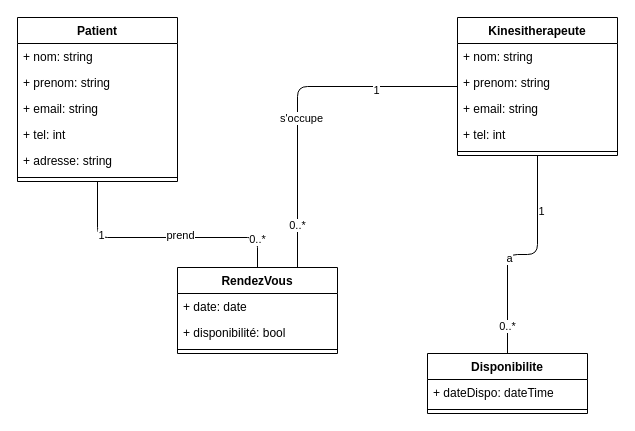
Earlier version of the draw.io diagram documentation/DC_KCV.drawio (yusrachan/KCV_Project). Source tidied: cells renumbered, new cells numbered last; positions are measured from the earlier drawing's top-left corner, leaving out a move shared by most shapes. Both pictures are drawn from the tidied source at 100%, with x=0, y=0 at pixel (17, 17).
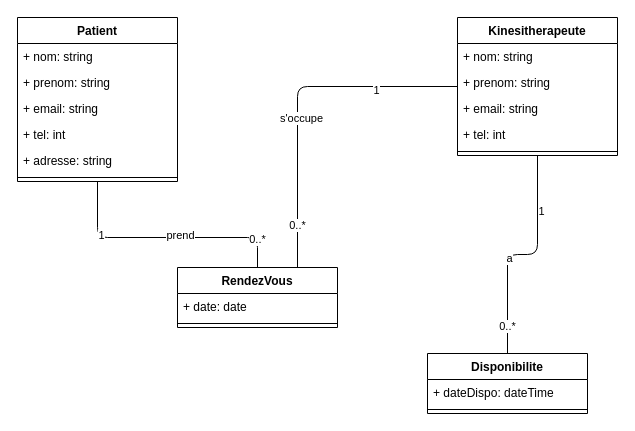
After the change.

Change to the diagram source:
```diff
@@
     <mxCell id="15" value="RendezVous" style="swimlane;fontStyle=1;align=center;verticalAlign=top;horizontal=1;startSize=26;" parent="1" vertex="1">
-      <mxGeometry x="160" y="250" width="160" height="86" as="geometry" />
+      <mxGeometry x="160" y="250" width="160" height="60" as="geometry" />
     </mxCell>
@@
-    <mxCell id="17" value="+ disponibilité: bool" style="text;strokeColor=none;fillColor=none;align=left;verticalAlign=top;spacingLeft=4;spacingRight=4;overflow=hidden;" parent="15" vertex="1">
-      <mxGeometry y="52" width="160" height="26" as="geometry" />
-    </mxCell>
     <mxCell id="18" style="line;strokeWidth=1;fillColor=none;align=left;verticalAlign=middle;spacingTop=-1;spacingLeft=3;spacingRight=3;labelPosition=right;strokeColor=inherit;" parent="15" vertex="1">
-      <mxGeometry y="78" width="160" height="8" as="geometry" />
+      <mxGeometry y="52" width="160" height="8" as="geometry" />
     </mxCell>
```
